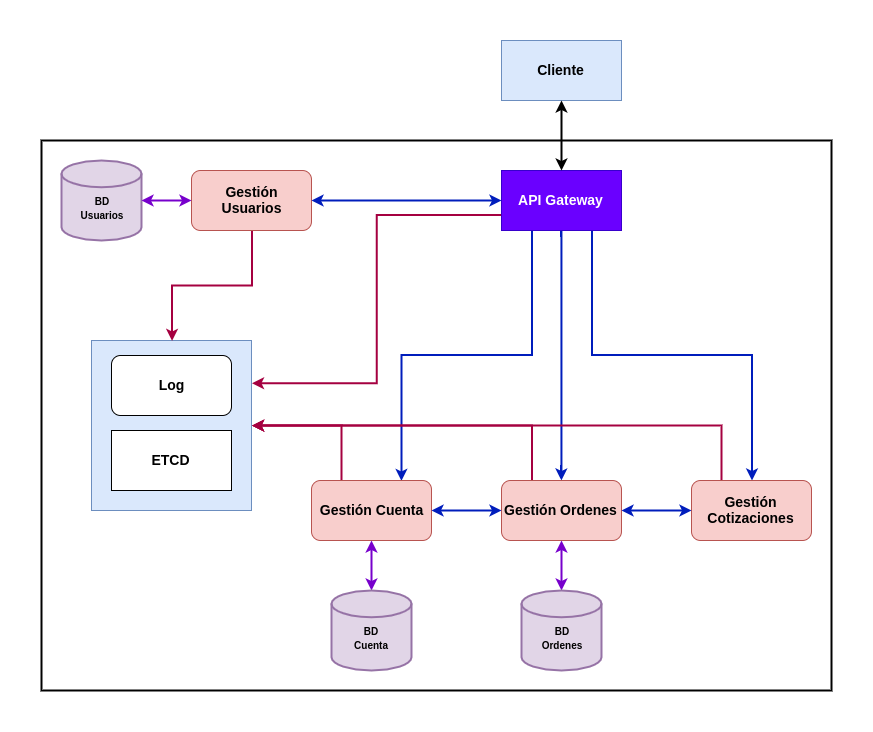
The draw.io diagram docs/img/architectureDiagram.png in Solano96/CC-Project, before a commit. Source tidied: cells renumbered, new cells last; positions are measured from the earlier drawing's top-left corner, leaving out a move shared by most shapes.
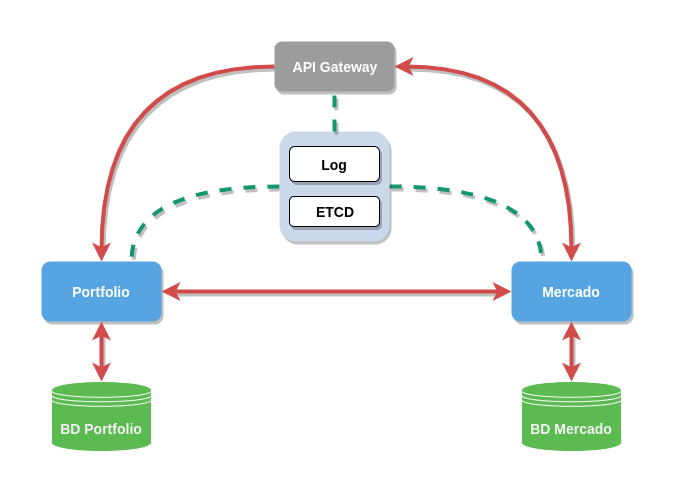
After the commit.

Commit message:
Describir entidades

Diff of the diagram source:
```diff
@@ -2,89 +2,61 @@
   <root>
     <mxCell id="0" />
     <mxCell id="1" parent="0" />
-    <mxCell id="2" style="rounded=0;whiteSpace=wrap;html=1;fillColor=none;strokeWidth=2;" parent="1" vertex="1">
-      <mxGeometry y="100" width="790" height="550" as="geometry" />
-    </mxCell>
+    <mxCell id="30" style="edgeStyle=orthogonalEdgeStyle;jettySize=auto;html=1;exitX=0;exitY=0.5;exitDx=0;exitDy=0;entryX=0.75;entryY=0;entryDx=0;entryDy=0;strokeWidth=4;fillColor=#d80073;strokeColor=#13966F;dashed=1;endArrow=none;endFill=0;shadow=1;curved=1;" parent="1" edge="1" source="3" target="10">
+      <mxGeometry relative="1" as="geometry" />
+    </mxCell>
+    <mxCell id="31" style="edgeStyle=orthogonalEdgeStyle;jettySize=auto;html=1;exitX=1;exitY=0.5;exitDx=0;exitDy=0;entryX=0.25;entryY=0;entryDx=0;entryDy=0;dashed=1;endArrow=none;endFill=0;strokeWidth=4;fillColor=#d80073;strokeColor=#13966F;shadow=1;curved=1;" parent="1" edge="1" source="3" target="14">
+      <mxGeometry relative="1" as="geometry" />
+    </mxCell>
-    <mxCell id="3" style="rounded=0;whiteSpace=wrap;html=1;fillColor=#dae8fc;strokeColor=#6c8ebf;" parent="1" vertex="1">
-      <mxGeometry x="50" y="300" width="160" height="170" as="geometry" />
+    <mxCell id="3" style="rounded=1;whiteSpace=wrap;html=1;fillColor=#CBD7EB;strokeColor=none;strokeWidth=2;shadow=1;" parent="1" vertex="1">
+      <mxGeometry x="478" y="340" width="110" height="110" as="geometry" />
     </mxCell>
-    <mxCell id="4" style="edgeStyle=orthogonalEdgeStyle;rounded=0;jettySize=auto;html=1;exitX=0;exitY=0.75;exitDx=0;exitDy=0;entryX=1;entryY=0.25;entryDx=0;entryDy=0;fillColor=#d80073;strokeColor=#A50040;strokeWidth=2;" parent="1" edge="1" source="8" target="3">
-      <mxGeometry relative="1" as="geometry" />
-    </mxCell>
-    <mxCell id="5" style="edgeStyle=orthogonalEdgeStyle;rounded=0;jettySize=auto;html=1;exitX=0.25;exitY=1;exitDx=0;exitDy=0;entryX=0.75;entryY=0;entryDx=0;entryDy=0;fillColor=#0050ef;strokeColor=#001DBC;strokeWidth=2;" parent="1" edge="1" source="8" target="10">
-      <mxGeometry relative="1" as="geometry" />
+    <mxCell id="5" style="edgeStyle=orthogonalEdgeStyle;jettySize=auto;html=1;exitX=0;exitY=0.5;exitDx=0;exitDy=0;entryX=0.5;entryY=0;entryDx=0;entryDy=0;fillColor=#0050ef;strokeColor=#D14B4B;strokeWidth=4;comic=0;shadow=1;jumpStyle=none;jumpSize=5;curved=1;" parent="1" edge="1" source="8" target="10">
+      <mxGeometry relative="1" as="geometry">
+        <Array as="points">
+          <mxPoint x="300" y="275" />
+        </Array>
+      </mxGeometry>
     </mxCell>
-    <mxCell id="6" style="edgeStyle=orthogonalEdgeStyle;rounded=0;jettySize=auto;html=1;exitX=0.5;exitY=1;exitDx=0;exitDy=0;fillColor=#0050ef;strokeColor=#001DBC;strokeWidth=2;" parent="1" edge="1" source="8" target="12">
-      <mxGeometry relative="1" as="geometry" />
-    </mxCell>
-    <mxCell id="7" style="edgeStyle=orthogonalEdgeStyle;rounded=0;jettySize=auto;html=1;exitX=0.75;exitY=1;exitDx=0;exitDy=0;fillColor=#0050ef;strokeColor=#001DBC;strokeWidth=2;" parent="1" edge="1" source="8" target="14">
-      <mxGeometry relative="1" as="geometry" />
+    <mxCell id="7" style="edgeStyle=orthogonalEdgeStyle;jettySize=auto;html=1;exitX=1;exitY=0.5;exitDx=0;exitDy=0;fillColor=#e51400;strokeColor=#D14B4B;strokeWidth=4;entryX=0.5;entryY=0;entryDx=0;entryDy=0;shadow=1;startArrow=classic;startFill=1;curved=1;" parent="1" edge="1" source="8" target="14">
+      <mxGeometry relative="1" as="geometry">
+        <Array as="points">
+          <mxPoint x="770" y="275" />
+        </Array>
+      </mxGeometry>
     </mxCell>
-    <mxCell id="8" value="&lt;span style=&quot;font-size: 14px&quot;&gt;&lt;b&gt;API Gateway&lt;/b&gt;&lt;/span&gt;" style="rounded=0;whiteSpace=wrap;html=1;fillColor=#6a00ff;strokeColor=#3700CC;fontColor=#ffffff;" parent="1" vertex="1">
-      <mxGeometry x="460" y="130" width="120" height="60" as="geometry" />
+    <mxCell id="8" value="&lt;span style=&quot;font-size: 14px&quot;&gt;&lt;b&gt;API Gateway&lt;/b&gt;&lt;/span&gt;" style="rounded=1;whiteSpace=wrap;html=1;fillColor=#9C9C9C;strokeColor=none;strokeWidth=2;fontColor=#ffffff;shadow=1;comic=0;glass=0;" parent="1" vertex="1">
+      <mxGeometry x="473" y="250" width="120" height="50" as="geometry" />
     </mxCell>
-    <mxCell id="9" style="edgeStyle=orthogonalEdgeStyle;rounded=0;jettySize=auto;html=1;exitX=0.25;exitY=0;exitDx=0;exitDy=0;entryX=1;entryY=0.5;entryDx=0;entryDy=0;fillColor=#d80073;strokeColor=#A50040;strokeWidth=2;" parent="1" edge="1" source="10" target="3">
-      <mxGeometry relative="1" as="geometry" />
-    </mxCell>
-    <mxCell id="10" value="&lt;span style=&quot;font-size: 14px&quot;&gt;&lt;b&gt;Gestión Cuenta&lt;/b&gt;&lt;/span&gt;" style="rounded=1;whiteSpace=wrap;html=1;fillColor=#f8cecc;strokeColor=#b85450;align=center;" parent="1" vertex="1">
-      <mxGeometry x="270" y="440" width="120" height="60" as="geometry" />
+    <mxCell id="10" value="&lt;span style=&quot;font-size: 14px&quot;&gt;&lt;b&gt;Portfolio&lt;/b&gt;&lt;/span&gt;" style="rounded=1;whiteSpace=wrap;html=1;fillColor=#56A5E2;strokeColor=none;align=center;strokeWidth=2;fontColor=#ffffff;shadow=1;" parent="1" vertex="1">
+      <mxGeometry x="240" y="470" width="120" height="60" as="geometry" />
     </mxCell>
-    <mxCell id="11" style="edgeStyle=orthogonalEdgeStyle;rounded=0;jettySize=auto;html=1;exitX=0.25;exitY=0;exitDx=0;exitDy=0;entryX=1;entryY=0.5;entryDx=0;entryDy=0;fillColor=#d80073;strokeColor=#A50040;strokeWidth=2;" parent="1" edge="1" source="12" target="3">
-      <mxGeometry relative="1" as="geometry" />
-    </mxCell>
-    <mxCell id="12" value="&lt;span style=&quot;font-size: 14px&quot;&gt;&lt;b&gt;Gestión Ordenes&lt;/b&gt;&lt;/span&gt;" style="rounded=1;whiteSpace=wrap;html=1;fillColor=#f8cecc;strokeColor=#b85450;align=center;" parent="1" vertex="1">
-      <mxGeometry x="460" y="440" width="120" height="60" as="geometry" />
-    </mxCell>
-    <mxCell id="13" style="edgeStyle=orthogonalEdgeStyle;rounded=0;jettySize=auto;html=1;exitX=0.25;exitY=0;exitDx=0;exitDy=0;entryX=1;entryY=0.5;entryDx=0;entryDy=0;fillColor=#d80073;strokeColor=#A50040;strokeWidth=2;" parent="1" edge="1" source="14" target="3">
-      <mxGeometry relative="1" as="geometry" />
-    </mxCell>
-    <mxCell id="14" value="&lt;span style=&quot;font-size: 14px&quot;&gt;&lt;b&gt;Gestión Cotizaciones&lt;/b&gt;&lt;/span&gt;" style="rounded=1;whiteSpace=wrap;html=1;fillColor=#f8cecc;strokeColor=#b85450;align=center;" parent="1" vertex="1">
-      <mxGeometry x="650" y="440" width="120" height="60" as="geometry" />
+    <mxCell id="14" value="&lt;span style=&quot;font-size: 14px&quot;&gt;&lt;b&gt;Mercado&lt;/b&gt;&lt;/span&gt;" style="rounded=1;whiteSpace=wrap;html=1;fillColor=#56A5E2;strokeColor=none;align=center;strokeWidth=2;fontColor=#ffffff;comic=0;shadow=1;gradientColor=none;" parent="1" vertex="1">
+      <mxGeometry x="710" y="470" width="120" height="60" as="geometry" />
     </mxCell>
-    <mxCell id="15" style="edgeStyle=orthogonalEdgeStyle;rounded=0;jettySize=auto;html=1;fillColor=#d80073;strokeColor=#A50040;entryX=0.5;entryY=0;entryDx=0;entryDy=0;strokeWidth=2;" parent="1" edge="1" source="16" target="3">
-      <mxGeometry relative="1" as="geometry" />
-    </mxCell>
-    <mxCell id="16" value="&lt;font style=&quot;font-size: 14px&quot;&gt;&lt;b&gt;Gestión&lt;br&gt;Usuarios&lt;/b&gt;&lt;/font&gt;" style="rounded=1;whiteSpace=wrap;html=1;fillColor=#f8cecc;strokeColor=#b85450;" parent="1" vertex="1">
-      <mxGeometry x="150" y="130" width="120" height="60" as="geometry" />
-    </mxCell>
-    <mxCell id="17" style="endArrow=classic;startArrow=classic;html=1;entryX=0.5;entryY=1;entryDx=0;entryDy=0;exitX=0.5;exitY=0;exitDx=0;exitDy=0;exitPerimeter=0;fillColor=#aa00ff;strokeColor=#7700CC;strokeWidth=2;" parent="1" edge="1" source="26" target="10">
+    <mxCell id="17" style="endArrow=classic;startArrow=classic;html=1;exitX=0.5;exitY=0;exitDx=0;exitDy=0;fillColor=#aa00ff;strokeColor=#D14B4B;strokeWidth=4;entryX=0.5;entryY=1;entryDx=0;entryDy=0;shadow=1;" parent="1" edge="1" source="33" target="10">
       <mxGeometry relative="1" as="geometry" />
     </mxCell>
-    <mxCell id="18" style="endArrow=classic;startArrow=classic;html=1;entryX=0.5;entryY=1;entryDx=0;entryDy=0;exitX=0.5;exitY=0;exitDx=0;exitDy=0;exitPerimeter=0;fillColor=#aa00ff;strokeColor=#7700CC;strokeWidth=2;" parent="1" edge="1" source="27" target="12">
-      <mxGeometry relative="1" as="geometry" />
-    </mxCell>
-    <mxCell id="19" value="&lt;font size=&quot;1&quot;&gt;&lt;b&gt;&lt;br&gt;BD&lt;br&gt;Usuarios&lt;/b&gt;&lt;/font&gt;" style="strokeWidth=2;html=1;shape=mxgraph.flowchart.database;whiteSpace=wrap;fillColor=#e1d5e7;strokeColor=#9673a6;" parent="1" vertex="1">
-      <mxGeometry x="20" y="120" width="80" height="80" as="geometry" />
-    </mxCell>
-    <mxCell id="20" style="endArrow=classic;startArrow=classic;html=1;entryX=0;entryY=0.5;entryDx=0;entryDy=0;exitX=1;exitY=0.5;exitDx=0;exitDy=0;exitPerimeter=0;fillColor=#aa00ff;strokeColor=#7700CC;strokeWidth=2;" parent="1" edge="1" source="19" target="16">
-      <mxGeometry relative="1" as="geometry" />
-    </mxCell>
-    <mxCell id="21" style="endArrow=classic;startArrow=classic;html=1;exitX=1;exitY=0.5;exitDx=0;exitDy=0;entryX=0;entryY=0.5;entryDx=0;entryDy=0;fillColor=#0050ef;strokeColor=#001DBC;strokeWidth=2;" parent="1" edge="1" source="16" target="8">
-      <mxGeometry relative="1" as="geometry" />
-    </mxCell>
-    <mxCell id="22" style="endArrow=classic;startArrow=classic;html=1;exitX=1;exitY=0.5;exitDx=0;exitDy=0;entryX=0;entryY=0.5;entryDx=0;entryDy=0;fillColor=#0050ef;strokeColor=#001DBC;strokeWidth=2;" parent="1" edge="1" source="10" target="12">
-      <mxGeometry relative="1" as="geometry" />
-    </mxCell>
-    <mxCell id="23" style="endArrow=classic;startArrow=classic;html=1;entryX=0;entryY=0.5;entryDx=0;entryDy=0;exitX=1;exitY=0.5;exitDx=0;exitDy=0;fillColor=#0050ef;strokeColor=#001DBC;strokeWidth=2;" parent="1" edge="1" source="12" target="14">
+    <mxCell id="23" style="endArrow=classic;startArrow=classic;html=1;entryX=0;entryY=0.5;entryDx=0;entryDy=0;exitX=1;exitY=0.5;exitDx=0;exitDy=0;fillColor=#0050ef;strokeColor=#D14B4B;strokeWidth=4;shadow=1;" parent="1" edge="1" source="10" target="14">
       <mxGeometry relative="1" as="geometry" />
     </mxCell>
-    <mxCell id="24" value="&lt;b&gt;&lt;font style=&quot;font-size: 14px&quot;&gt;Cliente&lt;/font&gt;&lt;/b&gt;" style="rounded=0;whiteSpace=wrap;html=1;fillColor=#dae8fc;strokeColor=#6c8ebf;" parent="1" vertex="1">
-      <mxGeometry x="460" width="120" height="60" as="geometry" />
-    </mxCell>
-    <mxCell id="25" style="endArrow=classic;startArrow=classic;html=1;entryX=0.5;entryY=1;entryDx=0;entryDy=0;exitX=0.5;exitY=0;exitDx=0;exitDy=0;strokeWidth=2;" parent="1" edge="1" source="8" target="24">
-      <mxGeometry relative="1" as="geometry" />
-    </mxCell>
-    <mxCell id="26" value="&lt;font size=&quot;1&quot;&gt;&lt;b&gt;&lt;br&gt;BD&lt;br&gt;Cuenta&lt;br&gt;&lt;/b&gt;&lt;/font&gt;" style="strokeWidth=2;html=1;shape=mxgraph.flowchart.database;whiteSpace=wrap;fillColor=#e1d5e7;strokeColor=#9673a6;" parent="1" vertex="1">
-      <mxGeometry x="290" y="550" width="80" height="80" as="geometry" />
-    </mxCell>
-    <mxCell id="27" value="&lt;font size=&quot;1&quot;&gt;&lt;b&gt;&lt;br&gt;BD&lt;br&gt;Ordenes&lt;/b&gt;&lt;/font&gt;" style="strokeWidth=2;html=1;shape=mxgraph.flowchart.database;whiteSpace=wrap;fillColor=#e1d5e7;strokeColor=#9673a6;" parent="1" vertex="1">
-      <mxGeometry x="480" y="550" width="80" height="80" as="geometry" />
-    </mxCell>
-    <mxCell id="28" value="&lt;font size=&quot;1&quot;&gt;&lt;b style=&quot;font-size: 14px&quot;&gt;Log&lt;/b&gt;&lt;/font&gt;" style="rounded=1;whiteSpace=wrap;html=1;" parent="1" vertex="1">
-      <mxGeometry x="70" y="315" width="120" height="60" as="geometry" />
+    <mxCell id="28" value="&lt;font size=&quot;1&quot;&gt;&lt;b style=&quot;font-size: 14px&quot;&gt;Log&lt;/b&gt;&lt;/font&gt;" style="rounded=1;whiteSpace=wrap;html=1;shadow=1;" parent="1" vertex="1">
+      <mxGeometry x="488" y="355" width="90" height="35" as="geometry" />
     </mxCell>
-    <mxCell id="29" value="&lt;font style=&quot;font-size: 14px&quot;&gt;&lt;b&gt;ETCD&lt;/b&gt;&lt;/font&gt;" style="rounded=0;whiteSpace=wrap;html=1;" parent="1" vertex="1">
-      <mxGeometry x="70" y="390" width="120" height="60" as="geometry" />
+    <mxCell id="29" value="&lt;font style=&quot;font-size: 14px&quot;&gt;&lt;b&gt;ETCD&lt;/b&gt;&lt;/font&gt;" style="rounded=1;whiteSpace=wrap;html=1;shadow=1;" parent="1" vertex="1">
+      <mxGeometry x="488" y="405" width="90" height="30" as="geometry" />
     </mxCell>
+    <mxCell id="32" style="endArrow=none;dashed=1;html=1;entryX=0.5;entryY=1;entryDx=0;entryDy=0;exitX=0.5;exitY=0;exitDx=0;exitDy=0;strokeWidth=4;fillColor=#d80073;strokeColor=#13966F;shadow=1;" parent="1" edge="1" source="3" target="8">
+      <mxGeometry relative="1" as="geometry" />
+    </mxCell>
+    <mxCell id="33" value="&lt;b&gt;&lt;font style=&quot;font-size: 14px&quot; color=&quot;#f5f5f5&quot;&gt;BD Portfolio&lt;/font&gt;&lt;/b&gt;" style="shape=datastore;whiteSpace=wrap;html=1;rounded=1;shadow=0;glass=0;comic=0;strokeColor=#FAFAFA;fillColor=#5BBA50;gradientColor=none;" parent="1" vertex="1">
+      <mxGeometry x="250" y="590" width="100" height="70" as="geometry" />
+    </mxCell>
+    <mxCell id="34" value="&lt;b&gt;&lt;font style=&quot;font-size: 14px&quot; color=&quot;#f5f5f5&quot;&gt;BD Mercado&lt;/font&gt;&lt;/b&gt;" style="shape=datastore;whiteSpace=wrap;html=1;rounded=1;shadow=0;glass=0;comic=0;strokeColor=#FAFAFA;fillColor=#5BBA50;gradientColor=none;" parent="1" vertex="1">
+      <mxGeometry x="720" y="590" width="100" height="70" as="geometry" />
+    </mxCell>
+    <mxCell id="35" style="endArrow=classic;startArrow=classic;html=1;exitX=0.5;exitY=0;exitDx=0;exitDy=0;fillColor=#aa00ff;strokeColor=#D14B4B;strokeWidth=4;entryX=0.5;entryY=1;entryDx=0;entryDy=0;shadow=1;" parent="1" edge="1" source="34" target="14">
+      <mxGeometry relative="1" as="geometry" />
+    </mxCell>
   </root>
 </mxGraphModel>
```
